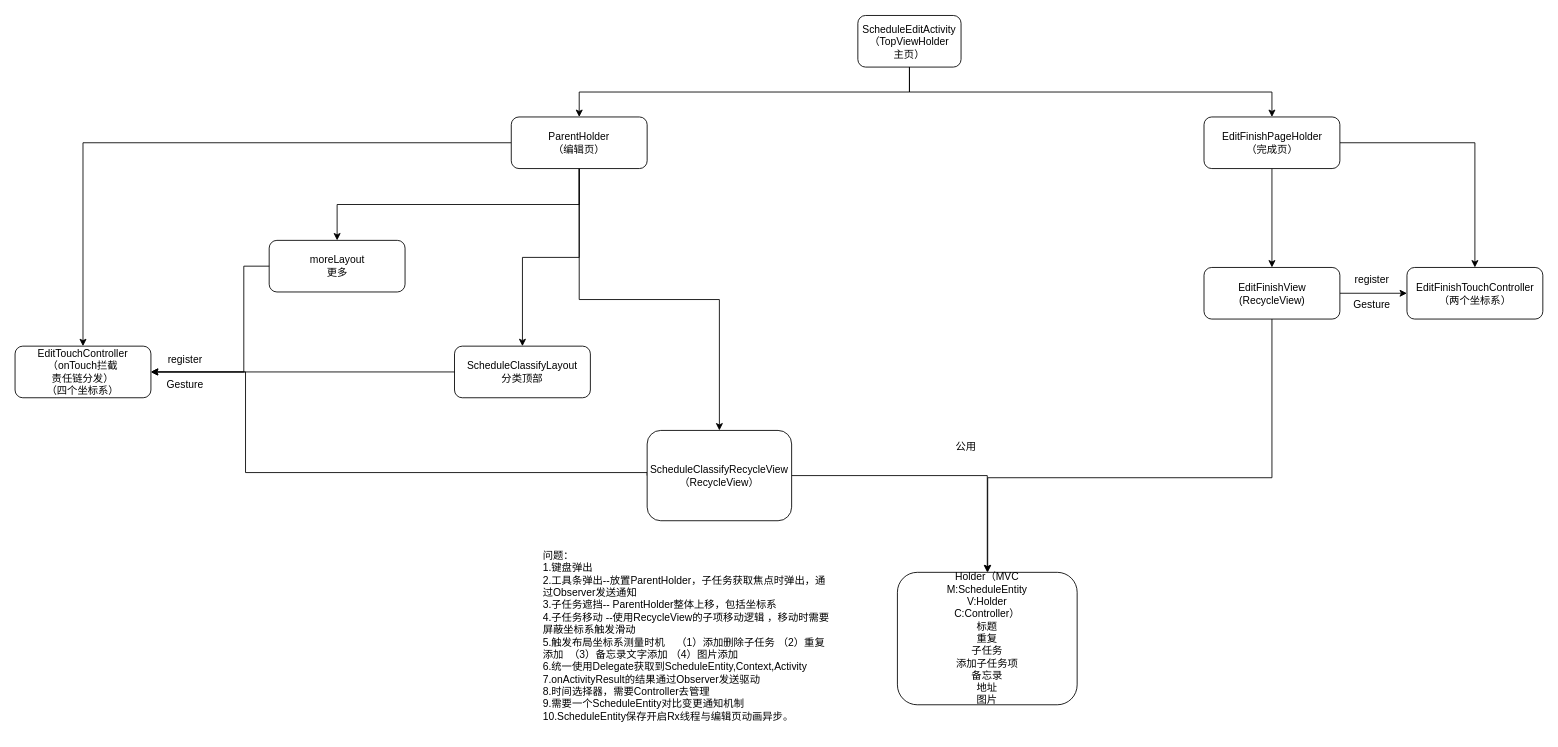
This is page "编辑页架构" (3 of 4) of 时光序编辑页.drawio from cangwang/Canvas, a draw.io file, before an edit. Source tidied: cells renumbered, new cells numbered last; positions are measured from the earlier drawing's top-left corner, leaving out a move shared by most shapes. Both pictures are drawn from the tidied source at 86%, with x=0, y=0 at pixel (15, 15).
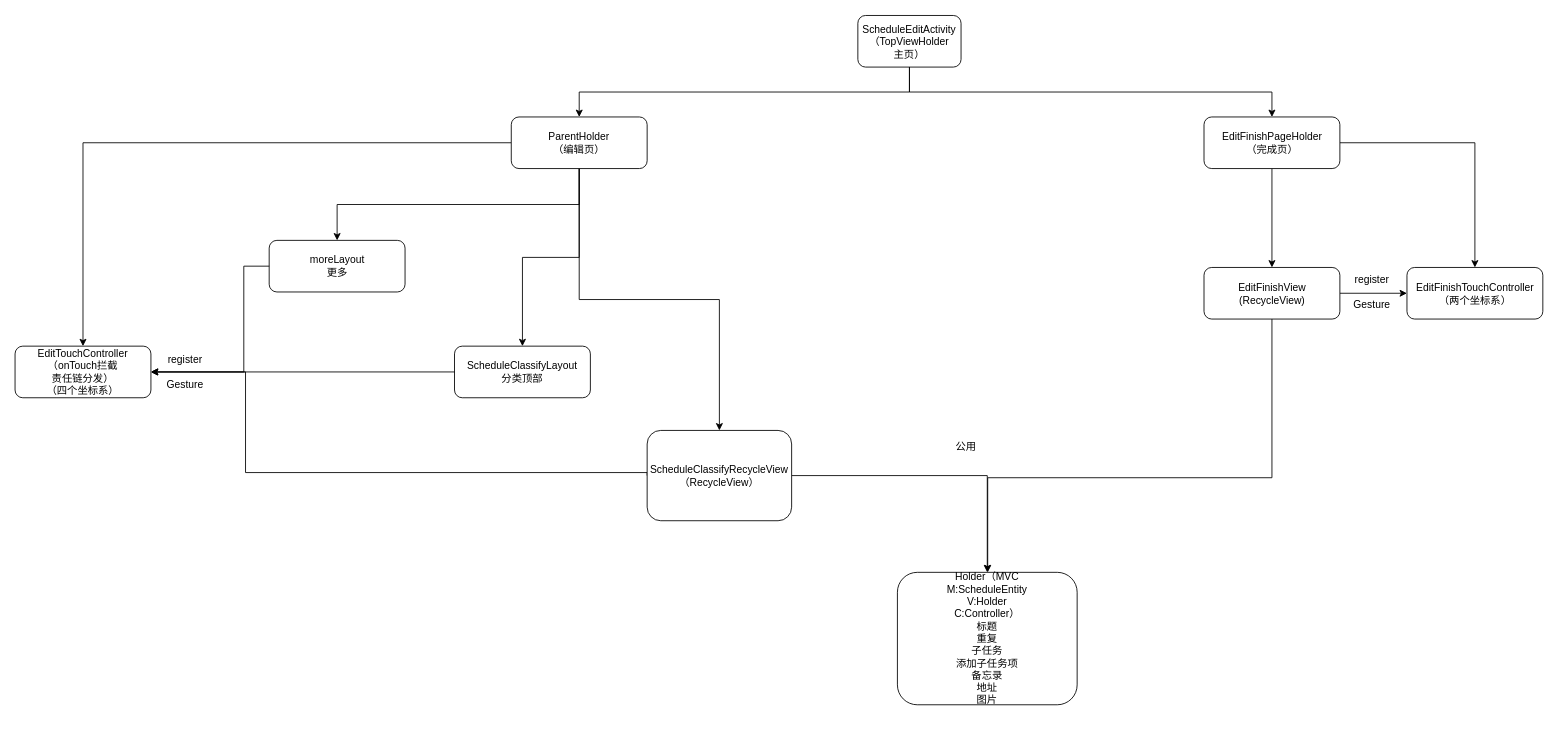
The same diagram, later.

Commit message:
Update 时光序编辑页.drawio

What changed in the source:
```diff
@@
-    <mxCell id="29" value="问题：&lt;br&gt;1.键盘弹出&lt;br&gt;2.工具条弹出--放置ParentHolder，子任务获取焦点时弹出，通过Observer发送通知&lt;br&gt;3.子任务遮挡-- ParentHolder整体上移，包括坐标系&lt;br&gt;4.子任务移动 --使用RecycleView的子项移动逻辑 ，移动时需要屏蔽坐标系触发滑动&lt;br&gt;5.触发布局坐标系测量时机&amp;nbsp; &amp;nbsp; （1）添加删除子任务 （2）重复添加&amp;nbsp; （3）备忘录文字添加 （4）图片添加&lt;br&gt;6.统一使用Delegate获取到ScheduleEntity,Context,Activity&lt;br&gt;7.onActivityResult的结果通过Observer发送驱动&lt;br&gt;8.时间选择器，需要Controller去管理&lt;br&gt;9.需要一个ScheduleEntity对比变更通知机制&lt;br&gt;10.ScheduleEntity保存开启Rx线程与编辑页动画异步。" style="text;html=1;strokeColor=none;fillColor=none;align=left;verticalAlign=middle;whiteSpace=wrap;rounded=0;" parent="1" vertex="1">
-      <mxGeometry x="612" y="608" width="340" height="226" as="geometry" />
-    </mxCell>
```
